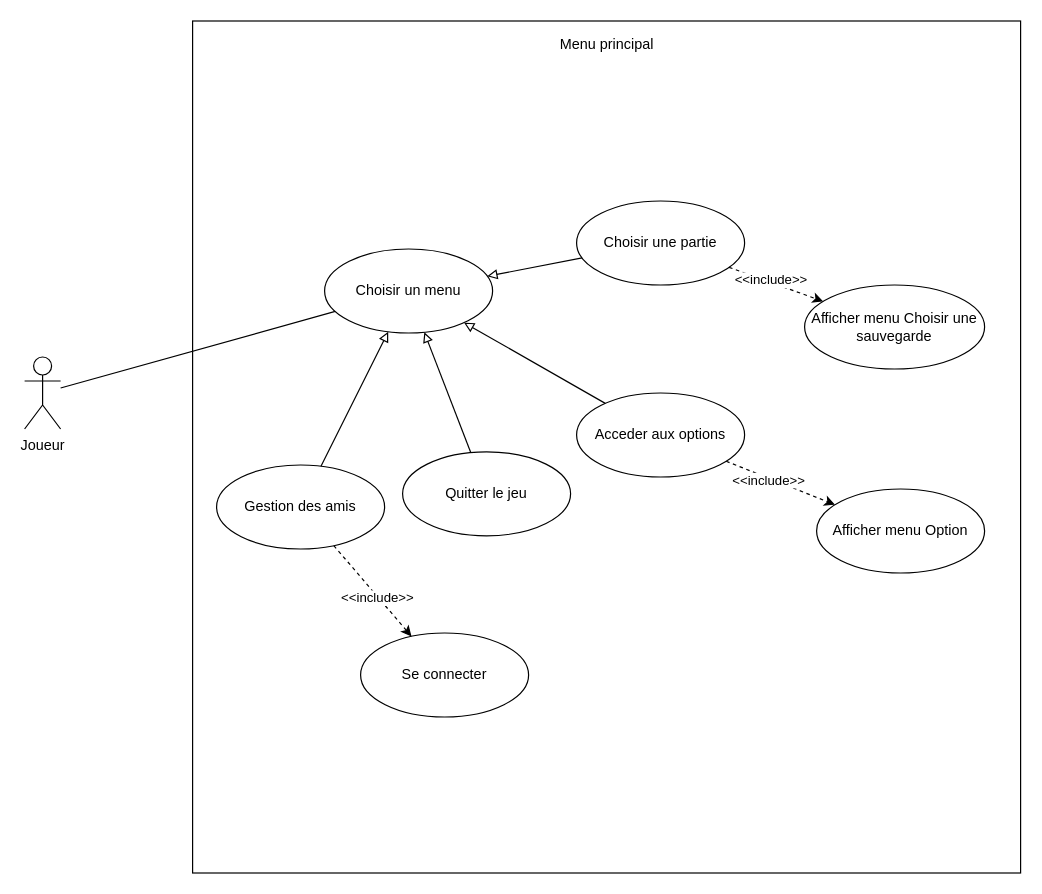
Before: Diagrammes/Diagramme cas d'utilisation - Général.drawio in Eoloc/M1MIAGE_ProjetUML, a draw.io diagram. Source tidied: cells renumbered, new cells numbered last; positions are measured from the earlier drawing's top-left corner, leaving out a move shared by most shapes. Both pictures are drawn from the tidied source at 120%, with x=0, y=0 at pixel (24, 20).
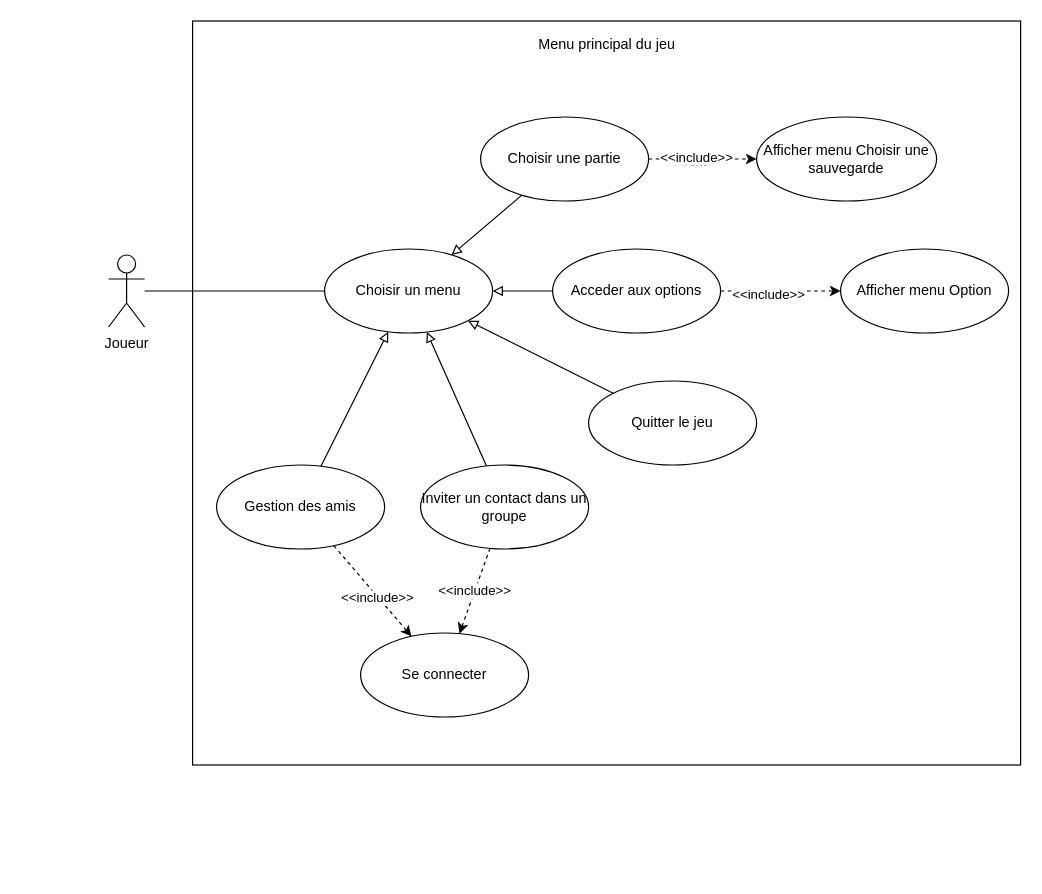
The same diagram, later.

Commit message:
Modif use case général

Unchanged cells that the change refers to:
```xml
<mxCell id="16" value="Se connecter" style="ellipse;whiteSpace=wrap;html=1;" parent="1" vertex="1">
  <mxGeometry x="280" y="510" width="140" height="70" as="geometry" />
</mxCell>
<mxCell id="24" value="Choisir un menu" style="ellipse;whiteSpace=wrap;html=1;" parent="1" vertex="1">
  <mxGeometry x="250" y="190" width="140" height="70" as="geometry" />
</mxCell>
```

The edit, as a diff of the source:
```diff
@@
     <mxCell id="2" style="html=1;" parent="1" vertex="1">
-      <mxGeometry x="140" width="690" height="710" as="geometry" />
+      <mxGeometry x="140" width="690" height="620" as="geometry" />
     </mxCell>
@@
     <mxCell id="4" value="Joueur" style="shape=umlActor;verticalLabelPosition=bottom;verticalAlign=top;html=1;outlineConnect=0;" parent="1" vertex="1">
-      <mxGeometry y="280" width="30" height="60" as="geometry" />
+      <mxGeometry x="70" y="195" width="30" height="60" as="geometry" />
     </mxCell>
@@
     <mxCell id="7" value="Acceder aux options" style="ellipse;whiteSpace=wrap;html=1;" parent="1" vertex="1">
-      <mxGeometry x="460" y="310" width="140" height="70" as="geometry" />
+      <mxGeometry x="440" y="190" width="140" height="70" as="geometry" />
     </mxCell>
     <mxCell id="8" value="Choisir une partie" style="ellipse;whiteSpace=wrap;html=1;" parent="1" vertex="1">
-      <mxGeometry x="460" y="150" width="140" height="70" as="geometry" />
+      <mxGeometry x="380" y="80" width="140" height="70" as="geometry" />
     </mxCell>
@@
     <mxCell id="12" value="Quitter le jeu" style="ellipse;whiteSpace=wrap;html=1;" parent="1" vertex="1">
-      <mxGeometry x="315" y="359" width="140" height="70" as="geometry" />
+      <mxGeometry x="470" y="300" width="140" height="70" as="geometry" />
     </mxCell>
     <mxCell id="13" value="Afficher menu Choisir une sauvegarde" style="ellipse;whiteSpace=wrap;html=1;" parent="1" vertex="1">
-      <mxGeometry x="650" y="220" width="150" height="70" as="geometry" />
+      <mxGeometry x="610" y="80" width="150" height="70" as="geometry" />
     </mxCell>
     <mxCell id="14" value="Afficher menu Option" style="ellipse;whiteSpace=wrap;html=1;" parent="1" vertex="1">
-      <mxGeometry x="660" y="390" width="140" height="70" as="geometry" />
+      <mxGeometry x="680" y="190" width="140" height="70" as="geometry" />
     </mxCell>
-    <mxCell id="15" value="Menu principal" style="text;html=1;align=center;verticalAlign=middle;strokeColor=none;" parent="1" vertex="1">
-      <mxGeometry x="440" y="10" width="90" height="20" as="geometry" />
+    <mxCell id="15" value="Menu principal du jeu" style="text;html=1;align=center;verticalAlign=middle;strokeColor=none;" parent="1" vertex="1">
+      <mxGeometry x="420" y="10" width="130" height="20" as="geometry" />
     </mxCell>
@@
+    <mxCell id="25" style="rounded=0;jettySize=auto;html=1;endArrow=block;endFill=0;" parent="1" edge="1" source="27" target="24">
+      <mxGeometry relative="1" as="geometry" />
+    </mxCell>
@@
+    <mxCell id="26" value="&amp;lt;&amp;lt;include&amp;gt;&amp;gt;" style="edgeStyle=none;rounded=0;jettySize=auto;html=1;endArrow=classic;endFill=1;dashed=1;" parent="1" edge="1" source="27" target="16">
+      <mxGeometry relative="1" as="geometry" />
+    </mxCell>
+    <mxCell id="27" value="Inviter un contact dans un groupe" style="ellipse;whiteSpace=wrap;html=1;" parent="1" vertex="1">
+      <mxGeometry x="330" y="370" width="140" height="70" as="geometry" />
+    </mxCell>
```
